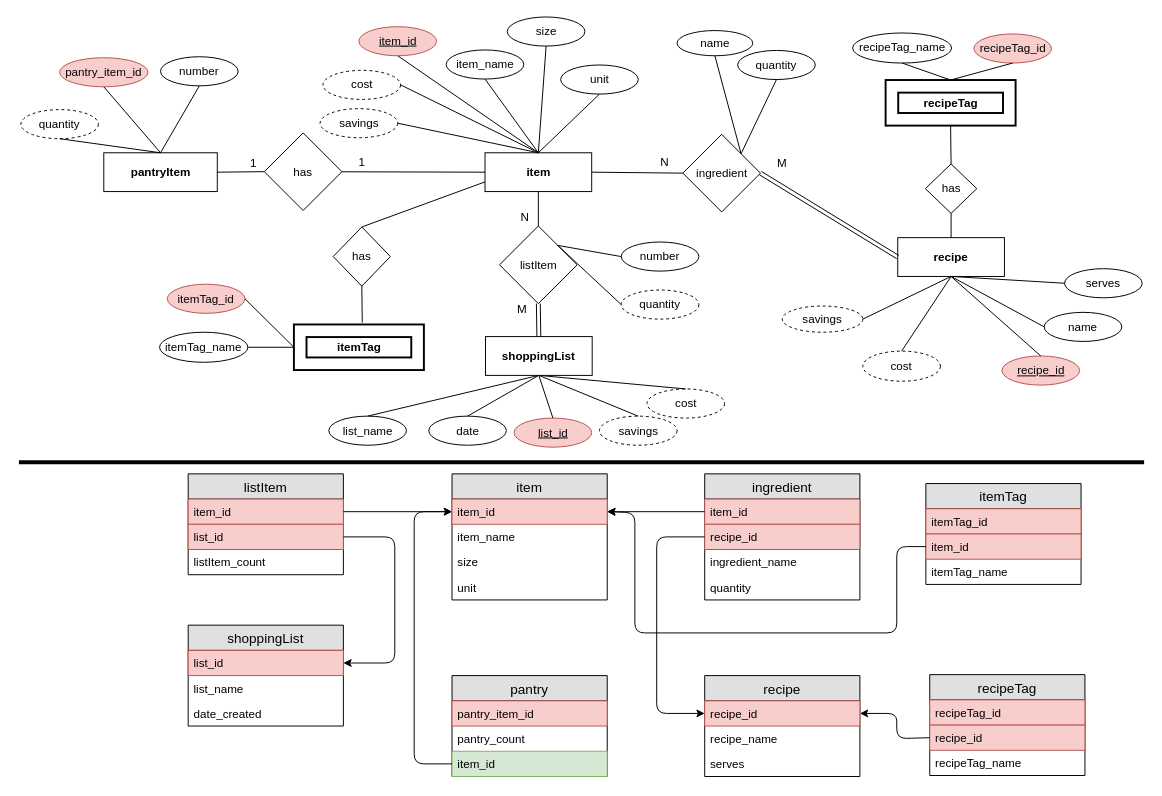
Oolay/food-shop keeps this draw.io diagram as foodShopER.drawio. Above is the earlier version. Source tidied: cells renumbered, new cells numbered last; positions are measured from the earlier drawing's top-left corner, leaving out a move shared by most shapes. Both pictures are drawn from the tidied source at 97%, with x=0, y=0 at pixel (18, 16).
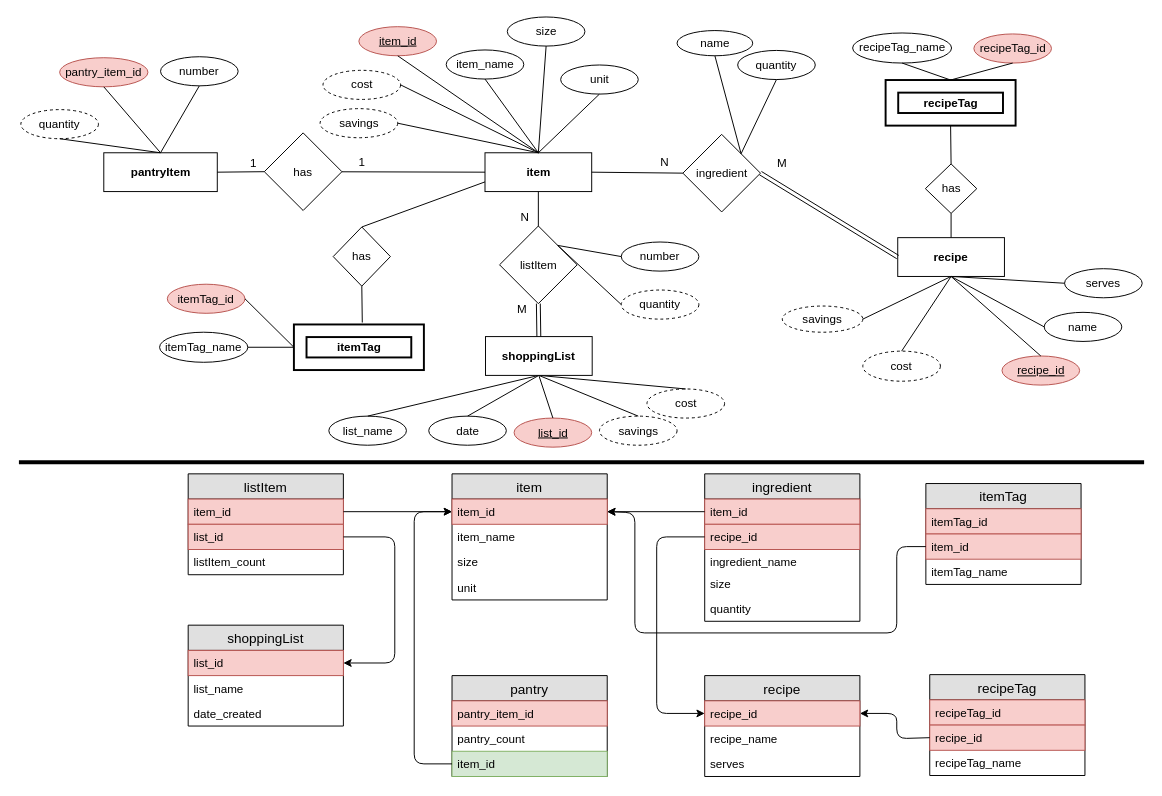
After the change.

Change to the diagram source:
```diff
@@
     <mxCell id="80" value="ingredient" style="swimlane;fontStyle=0;horizontal=1;startSize=26;fillColor=#e0e0e0;swimlaneFillColor=#ffffff;align=center;fontSize=14;" parent="1" vertex="1">
-      <mxGeometry x="707" y="471" width="160" height="130" as="geometry" />
+      <mxGeometry x="707" y="471" width="160" height="152" as="geometry" />
     </mxCell>
@@
     <mxCell id="83" value="ingredient_name" style="text;strokeColor=none;fillColor=none;spacingLeft=4;spacingRight=4;overflow=hidden;fontSize=12;" parent="80" vertex="1">
-      <mxGeometry y="78" width="160" height="26" as="geometry" />
+      <mxGeometry y="78" width="160" height="22" as="geometry" />
     </mxCell>
+    <mxCell id="125" value="size" style="text;strokeColor=none;fillColor=none;spacingLeft=4;spacingRight=4;overflow=hidden;fontSize=12;" parent="80" vertex="1">
+      <mxGeometry y="100" width="160" height="26" as="geometry" />
+    </mxCell>
     <mxCell id="84" value="quantity" style="text;strokeColor=none;fillColor=none;spacingLeft=4;spacingRight=4;overflow=hidden;fontSize=12;" parent="80" vertex="1">
-      <mxGeometry y="104" width="160" height="26" as="geometry" />
+      <mxGeometry y="126" width="160" height="26" as="geometry" />
     </mxCell>
```
